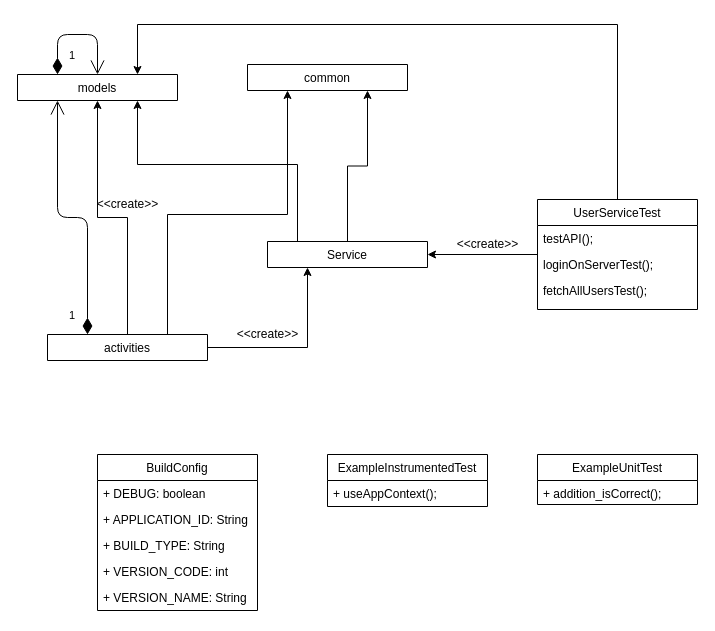
The draw.io diagram page "SP-App" (1 of 9) of docu/DEV docu/Class Diagram.drawio in PongEqualsNPong/swp-2020, before the edit. Source tidied: cells renumbered, new cells numbered last; positions are measured from the earlier drawing's top-left corner, leaving out a move shared by most shapes. Both pictures are drawn from the tidied source at 100%, with x=0, y=0 at pixel (17, 24).
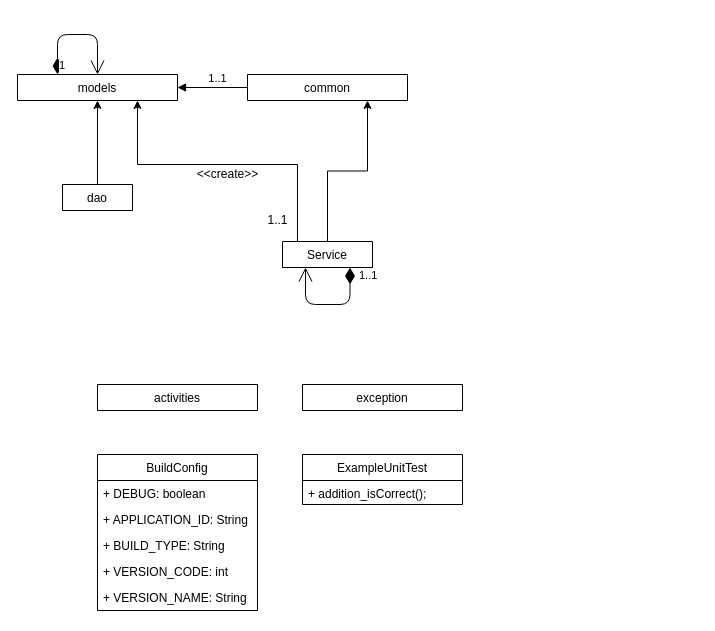
Above is the later version.

The change refers to these unchanged cells:
```xml
<mxCell id="3" value="models" style="swimlane;fontStyle=0;align=center;verticalAlign=top;horizontal=1;startSize=26;rounded=0;shadow=0;strokeWidth=1;" parent="1" vertex="1" collapsed="1">
  <mxGeometry y="50" width="160" height="26" as="geometry" />
</mxCell>
```

What changed in the source:
```diff
@@
-    <mxCell id="2" style="edgeStyle=orthogonalEdgeStyle;rounded=0;jettySize=auto;html=1;entryX=1;entryY=0.5;entryDx=0;entryDy=0;" parent="1" edge="1" source="29" target="8">
-      <mxGeometry relative="1" as="geometry" />
-    </mxCell>
@@
-    <mxCell id="4" value="common" style="swimlane;fontStyle=0;align=center;verticalAlign=top;horizontal=1;startSize=26;rounded=0;shadow=0;strokeWidth=1;" parent="1" vertex="1" collapsed="1">
-      <mxGeometry x="230" y="40" width="160" height="26" as="geometry" />
-    </mxCell>
-    <mxCell id="5" style="edgeStyle=orthogonalEdgeStyle;rounded=0;orthogonalLoop=1;jettySize=auto;html=1;exitX=0.5;exitY=1;exitDx=0;exitDy=0;" parent="1" edge="1" source="12" target="12">
-      <mxGeometry relative="1" as="geometry" />
+    <mxCell id="5" style="edgeStyle=orthogonalEdgeStyle;rounded=0;orthogonalLoop=1;jettySize=auto;html=1;exitX=0.5;exitY=1;exitDx=0;exitDy=0;" parent="1" edge="1">
+      <mxGeometry relative="1" as="geometry">
+        <mxPoint x="110" y="336" as="sourcePoint" />
+        <mxPoint x="110" y="336" as="targetPoint" />
+      </mxGeometry>
     </mxCell>
@@
-    <mxCell id="8" value="Service" style="swimlane;fontStyle=0;align=center;verticalAlign=top;horizontal=1;startSize=26;rounded=0;shadow=0;strokeWidth=1;" parent="1" vertex="1" collapsed="1">
-      <mxGeometry x="250" y="217" width="160" height="26" as="geometry" />
-    </mxCell>
-    <mxCell id="9" style="edgeStyle=orthogonalEdgeStyle;rounded=0;jettySize=auto;html=1;entryX=0.25;entryY=1;entryDx=0;entryDy=0;" parent="1" edge="1" source="12" target="8">
-      <mxGeometry relative="1" as="geometry" />
-    </mxCell>
-    <mxCell id="10" style="edgeStyle=orthogonalEdgeStyle;rounded=0;jettySize=auto;html=1;entryX=0.5;entryY=1;entryDx=0;entryDy=0;" parent="1" edge="1" source="12" target="3">
-      <mxGeometry relative="1" as="geometry" />
-    </mxCell>
-    <mxCell id="11" style="edgeStyle=orthogonalEdgeStyle;rounded=0;jettySize=auto;html=1;entryX=0.25;entryY=1;entryDx=0;entryDy=0;" parent="1" edge="1" source="12" target="4">
-      <mxGeometry relative="1" as="geometry">
-        <Array as="points">
-          <mxPoint x="150" y="190" />
-          <mxPoint x="270" y="190" />
-        </Array>
-      </mxGeometry>
-    </mxCell>
-    <mxCell id="12" value="activities" style="swimlane;fontStyle=0;align=center;verticalAlign=top;horizontal=1;startSize=26;rounded=0;shadow=0;strokeWidth=1;" parent="1" vertex="1" collapsed="1">
-      <mxGeometry x="30" y="310" width="160" height="26" as="geometry" />
-    </mxCell>
-    <mxCell id="13" value="&amp;lt;&amp;lt;create&amp;gt;&amp;gt;" style="text;html=1;align=center;verticalAlign=middle;" parent="1" vertex="1">
-      <mxGeometry x="210" y="300" width="80" height="20" as="geometry" />
-    </mxCell>
-    <mxCell id="14" value="&amp;lt;&amp;lt;create&amp;gt;&amp;gt;" style="text;html=1;align=center;verticalAlign=middle;" parent="1" vertex="1">
-      <mxGeometry x="430" y="210" width="80" height="20" as="geometry" />
-    </mxCell>
-    <mxCell id="15" style="edgeStyle=orthogonalEdgeStyle;rounded=0;jettySize=auto;html=1;entryX=0.75;entryY=0;entryDx=0;entryDy=0;" parent="1" edge="1" source="29" target="3">
-      <mxGeometry relative="1" as="geometry">
-        <Array as="points">
-          <mxPoint x="600" />
-          <mxPoint x="120" />
-        </Array>
-      </mxGeometry>
-    </mxCell>
-    <mxCell id="16" value="&amp;lt;&amp;lt;create&amp;gt;&amp;gt;" style="text;html=1;align=center;verticalAlign=middle;" parent="1" vertex="1">
-      <mxGeometry x="70" y="170" width="80" height="20" as="geometry" />
-    </mxCell>
     <mxCell id="17" value="1" style="endArrow=open;html=1;endSize=12;startArrow=diamondThin;startSize=14;startFill=1;edgeStyle=orthogonalEdgeStyle;align=left;verticalAlign=bottom;exitX=0.25;exitY=0;exitDx=0;exitDy=0;" parent="1" edge="1" source="3">
-      <mxGeometry x="-0.17" y="-30" relative="1" as="geometry">
+      <mxGeometry x="-0.33" y="-40" relative="1" as="geometry">
         <mxPoint x="80" y="50" as="targetPoint" />
         <Array as="points">
           <mxPoint x="40" y="10" />
         </Array>
       </mxGeometry>
     </mxCell>
-    <mxCell id="18" value="1" style="endArrow=open;html=1;endSize=12;startArrow=diamondThin;startSize=14;startFill=1;edgeStyle=orthogonalEdgeStyle;align=left;verticalAlign=bottom;exitX=0.25;exitY=0;exitDx=0;exitDy=0;entryX=0.25;entryY=1;entryDx=0;entryDy=0;" parent="1" edge="1" source="12" target="3">
-      <mxGeometry x="0.04" y="107" relative="1" as="geometry" />
-    </mxCell>
-    <mxCell id="19" value="ExampleUnitTest" style="swimlane;fontStyle=0;align=center;verticalAlign=top;horizontal=1;startSize=26;rounded=0;shadow=0;strokeWidth=1;" parent="1" vertex="1">
-      <mxGeometry x="520" y="430" width="160" height="50" as="geometry" />
-    </mxCell>
-    <mxCell id="20" value="+ addition_isCorrect();" style="text;align=left;verticalAlign=top;spacingLeft=4;spacingRight=4;overflow=hidden;" parent="19" vertex="1">
-      <mxGeometry y="26" width="160" height="24" as="geometry" />
-    </mxCell>
-    <mxCell id="21" value="ExampleInstrumentedTest" style="swimlane;fontStyle=0;align=center;verticalAlign=top;horizontal=1;startSize=26;rounded=0;shadow=0;strokeWidth=1;" parent="1" vertex="1">
-      <mxGeometry x="310" y="430" width="160" height="52" as="geometry" />
-    </mxCell>
-    <mxCell id="22" value="+ useAppContext();" style="text;align=left;verticalAlign=top;spacingLeft=4;spacingRight=4;overflow=hidden;" parent="21" vertex="1">
-      <mxGeometry y="26" width="160" height="26" as="geometry" />
-    </mxCell>
@@
+    <mxCell id="8" value="Service" style="swimlane;fontStyle=0;align=center;verticalAlign=top;horizontal=1;startSize=26;rounded=0;shadow=0;strokeWidth=1;" parent="1" vertex="1" collapsed="1">
+      <mxGeometry x="265" y="217" width="90" height="26" as="geometry" />
+    </mxCell>
+    <mxCell id="33" style="edgeStyle=orthogonalEdgeStyle;rounded=0;jettySize=auto;html=1;entryX=0.5;entryY=1;entryDx=0;entryDy=0;exitX=0.5;exitY=0;exitDx=0;exitDy=0;" parent="1" edge="1" source="34" target="3">
+      <mxGeometry relative="1" as="geometry">
+        <Array as="points">
+          <mxPoint x="80" y="170" />
+          <mxPoint x="80" y="170" />
+        </Array>
+      </mxGeometry>
+    </mxCell>
+    <mxCell id="34" value="dao" style="swimlane;fontStyle=0;align=center;verticalAlign=top;horizontal=1;startSize=26;rounded=0;shadow=0;strokeWidth=1;" parent="1" vertex="1" collapsed="1">
+      <mxGeometry x="45" y="160" width="70" height="26" as="geometry" />
+    </mxCell>
+    <mxCell id="35" value="1..1" style="endArrow=open;html=1;endSize=12;startArrow=diamondThin;startSize=14;startFill=1;edgeStyle=orthogonalEdgeStyle;align=left;verticalAlign=bottom;exitX=0.75;exitY=1;exitDx=0;exitDy=0;" parent="1" edge="1" source="8">
+      <mxGeometry x="-0.71" y="7" relative="1" as="geometry">
+        <mxPoint x="288" y="243" as="targetPoint" />
+        <Array as="points">
+          <mxPoint x="333" y="280" />
+          <mxPoint x="288" y="280" />
+        </Array>
+      </mxGeometry>
+    </mxCell>
+    <mxCell id="36" value="&amp;lt;&amp;lt;create&amp;gt;&amp;gt;" style="text;html=1;align=center;verticalAlign=middle;" parent="1" vertex="1">
+      <mxGeometry x="170" y="140" width="80" height="20" as="geometry" />
+    </mxCell>
+    <mxCell id="37" value="1..1" style="html=1;verticalAlign=bottom;endArrow=block;exitX=0;exitY=0.5;exitDx=0;exitDy=0;entryX=1;entryY=0.5;entryDx=0;entryDy=0;" parent="1" edge="1" source="4" target="3">
+      <mxGeometry x="-0.14" relative="1" as="geometry" />
+    </mxCell>
+    <mxCell id="4" value="common" style="swimlane;fontStyle=0;align=center;verticalAlign=top;horizontal=1;startSize=26;rounded=0;shadow=0;strokeWidth=1;" parent="1" vertex="1" collapsed="1">
+      <mxGeometry x="230" y="50" width="160" height="26" as="geometry" />
+    </mxCell>
+    <mxCell id="38" value="1..1" style="text;html=1;align=center;verticalAlign=middle;" parent="1" vertex="1">
+      <mxGeometry x="240" y="186" width="40" height="20" as="geometry" />
+    </mxCell>
-    <mxCell id="29" value="UserServiceTest" style="swimlane;fontStyle=0;align=center;verticalAlign=top;horizontal=1;startSize=26;rounded=0;shadow=0;strokeWidth=1;" parent="1" vertex="1">
-      <mxGeometry x="520" y="175" width="160" height="110" as="geometry" />
+    <mxCell id="29" value="activities" style="swimlane;fontStyle=0;align=center;verticalAlign=top;horizontal=1;startSize=26;rounded=0;shadow=0;strokeWidth=1;" parent="1" vertex="1" collapsed="1">
+      <mxGeometry x="80" y="360" width="160" height="26" as="geometry" />
     </mxCell>
-    <mxCell id="30" value="testAPI();" style="text;align=left;verticalAlign=top;spacingLeft=4;spacingRight=4;overflow=hidden;" parent="29" vertex="1">
-      <mxGeometry y="26" width="160" height="26" as="geometry" />
-    </mxCell>
-    <mxCell id="31" value="loginOnServerTest();" style="text;align=left;verticalAlign=top;spacingLeft=4;spacingRight=4;overflow=hidden;rounded=0;shadow=0;html=0;" parent="29" vertex="1">
-      <mxGeometry y="52" width="160" height="26" as="geometry" />
-    </mxCell>
-    <mxCell id="32" value="fetchAllUsersTest();" style="text;align=left;verticalAlign=top;spacingLeft=4;spacingRight=4;overflow=hidden;" parent="29" vertex="1">
-      <mxGeometry y="78" width="160" height="26" as="geometry" />
-    </mxCell>
+    <mxCell id="19" value="ExampleUnitTest" style="swimlane;fontStyle=0;align=center;verticalAlign=top;horizontal=1;startSize=26;rounded=0;shadow=0;strokeWidth=1;" parent="1" vertex="1">
+      <mxGeometry x="285" y="430" width="160" height="50" as="geometry" />
+    </mxCell>
+    <mxCell id="20" value="+ addition_isCorrect();" style="text;align=left;verticalAlign=top;spacingLeft=4;spacingRight=4;overflow=hidden;" parent="19" vertex="1">
+      <mxGeometry y="26" width="160" height="24" as="geometry" />
+    </mxCell>
+    <mxCell id="39" value="exception" style="swimlane;fontStyle=0;align=center;verticalAlign=top;horizontal=1;startSize=26;rounded=0;shadow=0;strokeWidth=1;" parent="1" vertex="1" collapsed="1">
+      <mxGeometry x="285" y="360" width="160" height="26" as="geometry" />
+    </mxCell>
```
